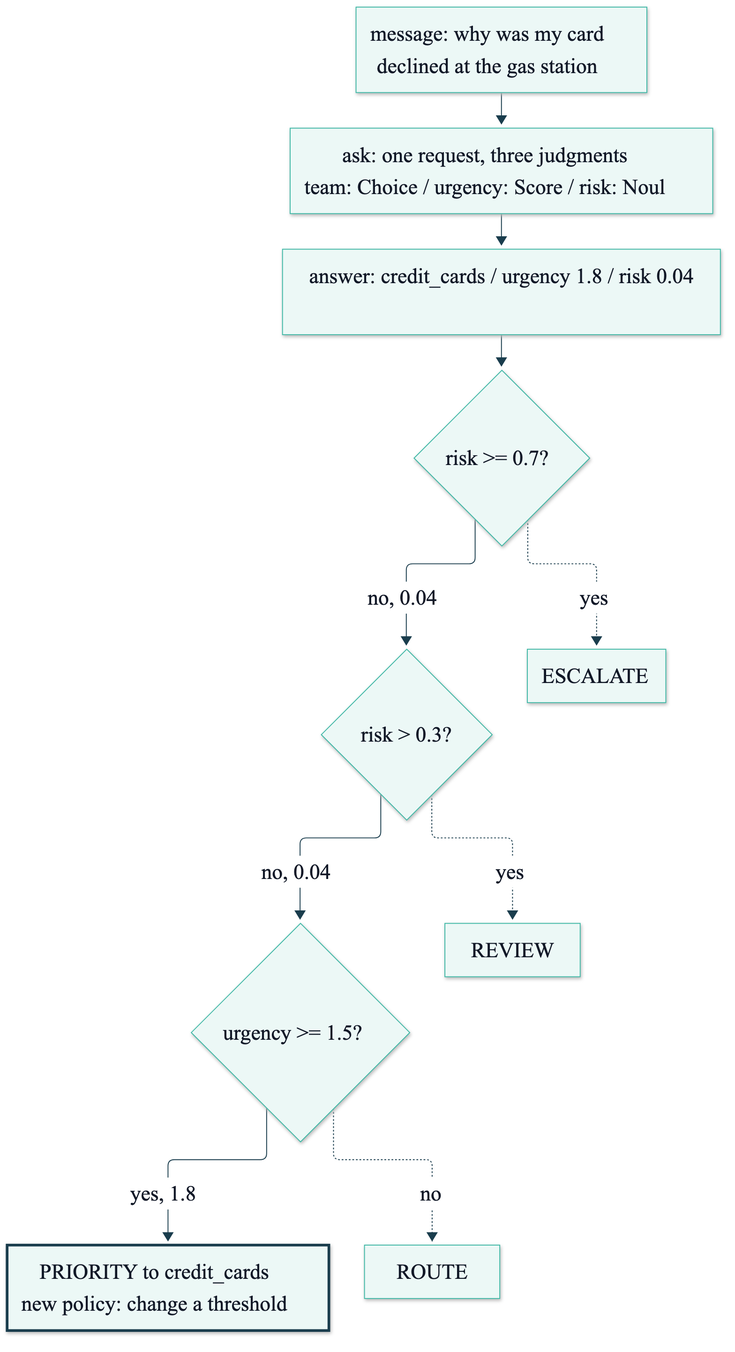
Earlier version of the Mermaid export course/diagrams/module_01/p2-solution-judgments-rules.png (axel-sirota/getting_started_jev). Its source is kept beside it as course/diagrams/module_01/p2-solution-judgments-rules.mmd. Source of this version:
```mermaid
%%{init: {"theme": "base", "themeVariables": {"fontFamily": "Inter, sans-serif", "primaryColor": "#ECF8F6", "primaryBorderColor": "#40B8A6", "primaryTextColor": "#111827", "lineColor": "#1A3D4D", "secondaryColor": "#F9FAFB", "tertiaryColor": "#FFFFFF", "clusterBkg": "#F9FAFB", "clusterBorder": "#D1D5DB", "actorBkg": "#ECF8F6", "actorBorder": "#40B8A6", "noteBkgColor": "#FFF6DA", "noteBorderColor": "#E0B84C"}}}%%
flowchart TD
  M["message: why was my card<br/>declined at the gas station"] --> Q["ask: one request, three judgments<br/>team: Choice / urgency: Score / risk: Noul"]
  Q --> A["answer: credit_cards / urgency 1.8 / risk 0.04"]
  A --> R1{"risk >= 0.7?"}
  R1 -- "no, 0.04" --> R2{"risk > 0.3?"}
  R2 -- "no, 0.04" --> R3{"urgency >= 1.5?"}
  R3 -- "yes, 1.8" --> P["PRIORITY to credit_cards<br/>new policy: change a threshold"]
  R1 -. yes .-> E["ESCALATE"]
  R2 -. yes .-> V["REVIEW"]
  R3 -. no .-> RT["ROUTE"]
  style P stroke:#1A3D4D,stroke-width:3px
```
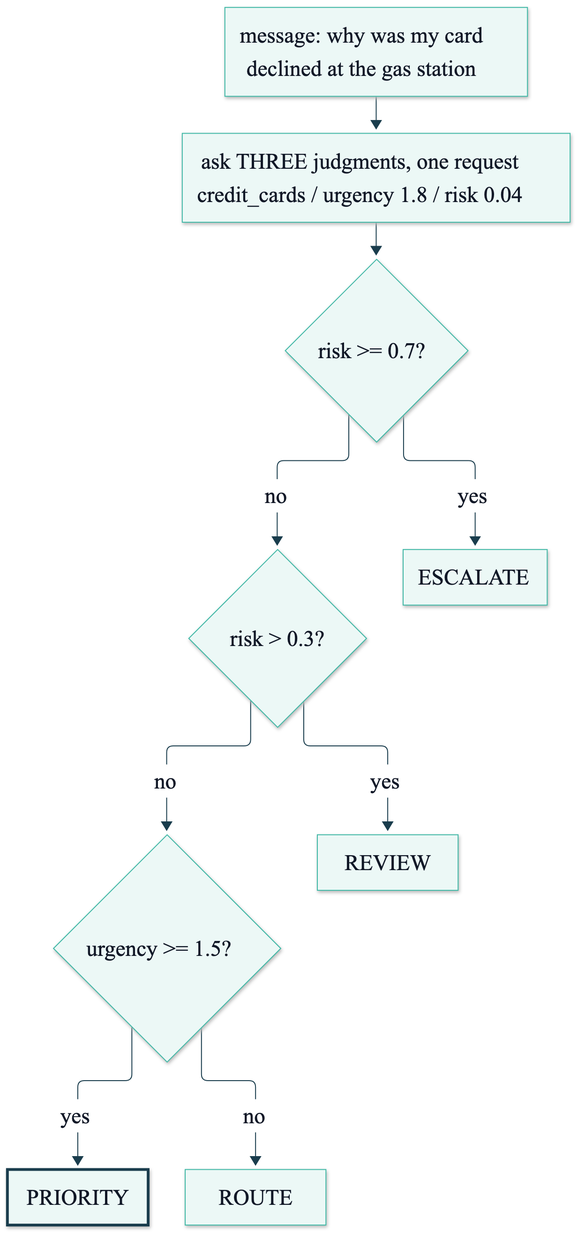
After the change.

The edit, as a diff of the source:
```diff
@@ -1,12 +1,11 @@
 %%{init: {"theme": "base", "themeVariables": {"fontFamily": "Inter, sans-serif", "primaryColor": "#ECF8F6", "primaryBorderColor": "#40B8A6", "primaryTextColor": "#111827", "lineColor": "#1A3D4D", "secondaryColor": "#F9FAFB", "tertiaryColor": "#FFFFFF", "clusterBkg": "#F9FAFB", "clusterBorder": "#D1D5DB", "actorBkg": "#ECF8F6", "actorBorder": "#40B8A6", "noteBkgColor": "#FFF6DA", "noteBorderColor": "#E0B84C"}}}%%
 flowchart TD
-  M["message: why was my card<br/>declined at the gas station"] --> Q["ask: one request, three judgments<br/>team: Choice / urgency: Score / risk: Noul"]
-  Q --> A["answer: credit_cards / urgency 1.8 / risk 0.04"]
-  A --> R1{"risk >= 0.7?"}
-  R1 -- "no, 0.04" --> R2{"risk > 0.3?"}
-  R2 -- "no, 0.04" --> R3{"urgency >= 1.5?"}
-  R3 -- "yes, 1.8" --> P["PRIORITY to credit_cards<br/>new policy: change a threshold"]
-  R1 -. yes .-> E["ESCALATE"]
-  R2 -. yes .-> V["REVIEW"]
-  R3 -. no .-> RT["ROUTE"]
+  M["message: why was my card<br/>declined at the gas station"] --> QA["ask THREE judgments, one request<br/>credit_cards / urgency 1.8 / risk 0.04"]
+  QA --> R1{"risk >= 0.7?"}
+  R1 -- no --> R2{"risk > 0.3?"}
+  R2 -- no --> R3{"urgency >= 1.5?"}
+  R1 -- yes --> E["ESCALATE"]
+  R2 -- yes --> V["REVIEW"]
+  R3 -- yes --> P["PRIORITY"]
+  R3 -- no --> RT["ROUTE"]
   style P stroke:#1A3D4D,stroke-width:3px
```
